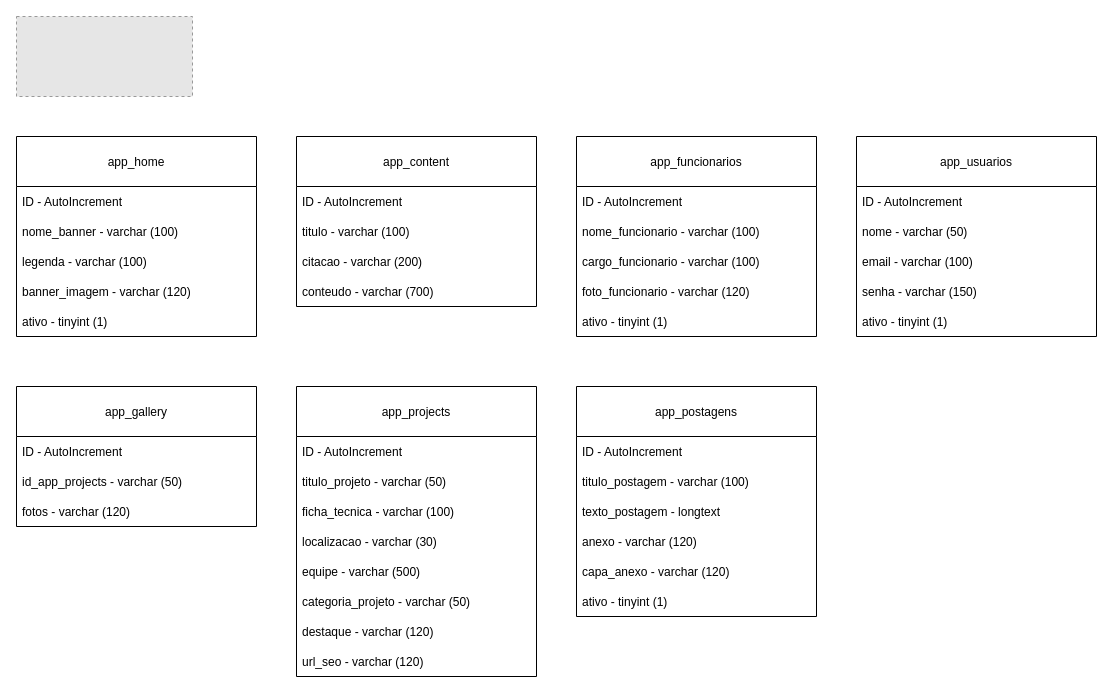
This is structuremysql.drawio from IgorConstant/sala03arq, a draw.io file, before an edit. Source tidied: cells renumbered, new cells numbered last; positions are measured from the earlier drawing's top-left corner, leaving out a move shared by most shapes. Both pictures are drawn from the tidied source at 100%, with x=0, y=0 at pixel (16, 16). Pictures stored in the file or linked from it are replaced by grey dashed boxes.
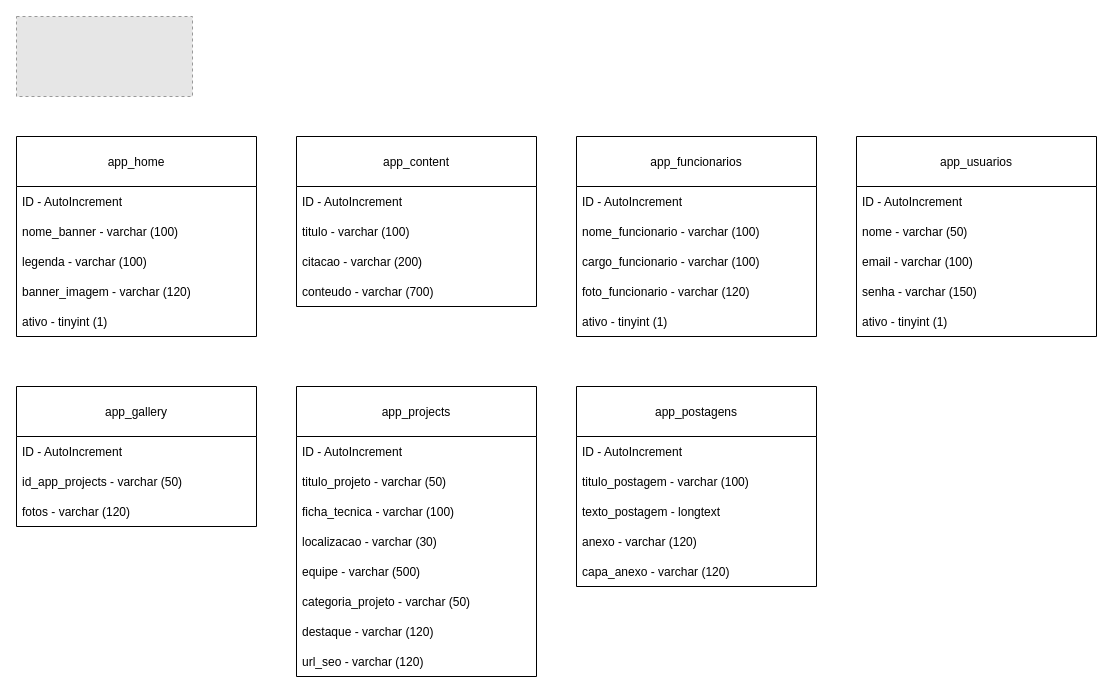
The same page after the edit.

Commit message:
Exclusão da coluna ativo no desenho da tabela

Diff of the diagram source:
```diff
@@
     <mxCell id="32" value="app_postagens" style="swimlane;fontStyle=0;horizontal=1;startSize=50;rounded=0;" parent="1" vertex="1">
-      <mxGeometry x="560" y="370" width="240" height="230" as="geometry" />
+      <mxGeometry x="560" y="370" width="240" height="200" as="geometry" />
     </mxCell>
@@
-    <mxCell id="38" value="ativo - tinyint (1)" style="text;strokeColor=none;fillColor=none;align=left;verticalAlign=middle;spacingLeft=4;spacingRight=4;overflow=hidden;" parent="32" vertex="1">
-      <mxGeometry y="200" width="240" height="30" as="geometry" />
-    </mxCell>
```
